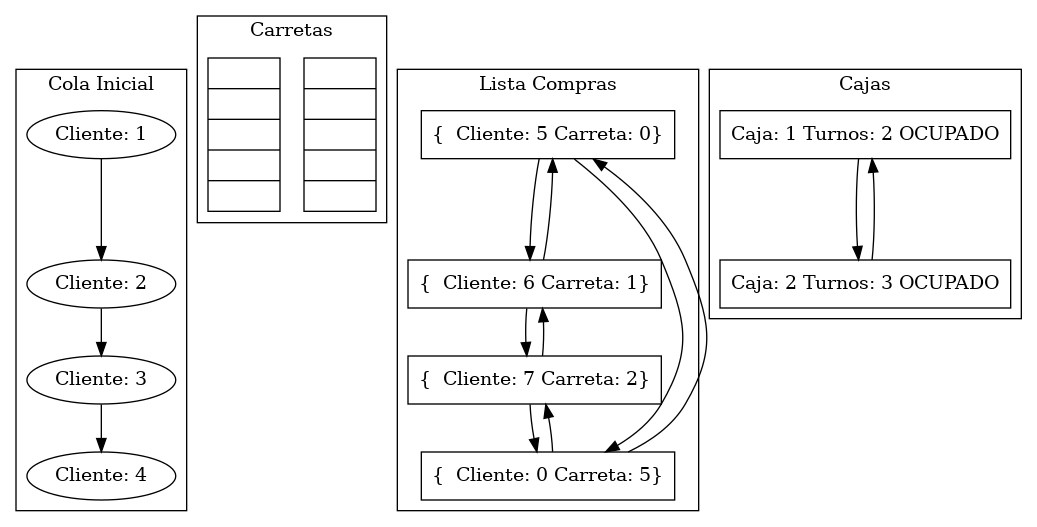
waliray123/practica1Estructuras keeps this Graphviz diagram as grafico.png. Above is the earlier version. Its source is kept beside it as grafico.dot.
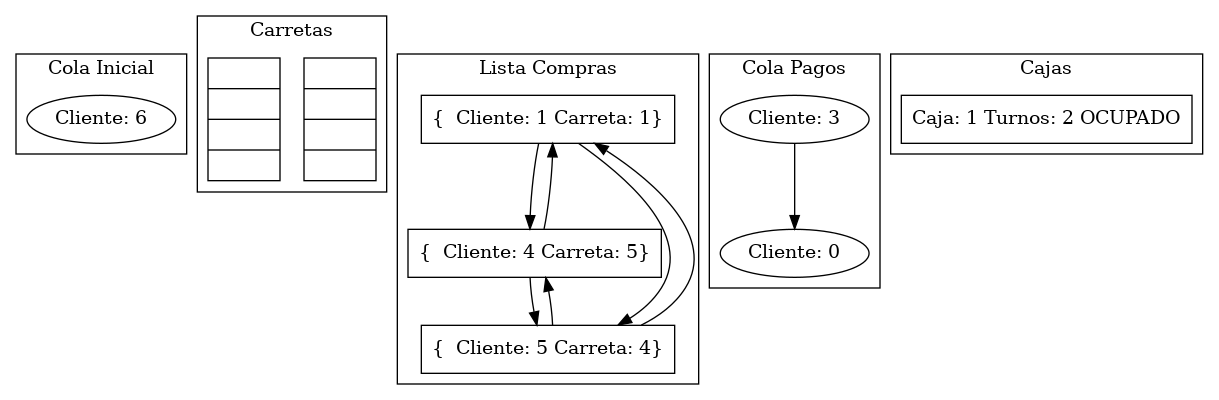
The same diagram one commit later.

What changed in the source:
```diff
@@ -1,42 +1,33 @@
 digraph G {
 subgraph cluster_1 {
 label = "Cola Inicial"
-nodeCI0 [shape=oval, label="Cliente: 1"];
-nodeCI1 [shape=oval, label="Cliente: 2"];
-nodeCI2 [shape=oval, label="Cliente: 3"];
-nodeCI3 [shape=oval, label="Cliente: 4"];
-nodeCI0 -> nodeCI1;
-nodeCI1 -> nodeCI2;
-nodeCI2 -> nodeCI3;
+nodeCI0 [shape=oval, label="Cliente: 6"];
 }
 subgraph cluster_2 {
 label = "Carretas"
-nodeP1 [shape=record, label="{ ||||}"];
-nodeP2 [shape=record, label="{ ||||}"];
+nodeP1 [shape=record, label="{ |||}"];
+nodeP2 [shape=record, label="{ |||}"];
 }
 subgraph cluster_3 {
 label = "Lista Compras"
-nodeL0 [shape=box, label="{  Cliente: 5 Carreta: 0}"];
-nodeL1 [shape=box, label="{  Cliente: 6 Carreta: 1}"];
-nodeL2 [shape=box, label="{  Cliente: 7 Carreta: 2}"];
-nodeL3 [shape=box, label="{  Cliente: 0 Carreta: 5}"];
+nodeL0 [shape=box, label="{  Cliente: 1 Carreta: 1}"];
+nodeL1 [shape=box, label="{  Cliente: 4 Carreta: 5}"];
+nodeL2 [shape=box, label="{  Cliente: 5 Carreta: 4}"];
 nodeL0 -> nodeL1;
 nodeL1 -> nodeL2;
-nodeL2 -> nodeL3;
-nodeL3 -> nodeL0;
-nodeL3 -> nodeL2;
+nodeL2 -> nodeL0;
 nodeL2 -> nodeL1;
 nodeL1 -> nodeL0;
-nodeL0 -> nodeL3;
+nodeL0 -> nodeL2;
 }
 subgraph cluster_4 {
 label = "Cola Pagos"
+nodeCP0 [shape=oval, label="Cliente: 3"];
+nodeCP1 [shape=oval, label="Cliente: 0"];
+nodeCP0 -> nodeCP1;
 }
 subgraph cluster_5 {
 label = "Cajas"
 nodeCA0 [shape=box, label="Caja: 1 Turnos: 2 OCUPADO"];
-nodeCA1 [shape=box, label="Caja: 2 Turnos: 3 OCUPADO"];
-nodeCA0 -> nodeCA1;
-nodeCA1 -> nodeCA0;
 }
 }
```
